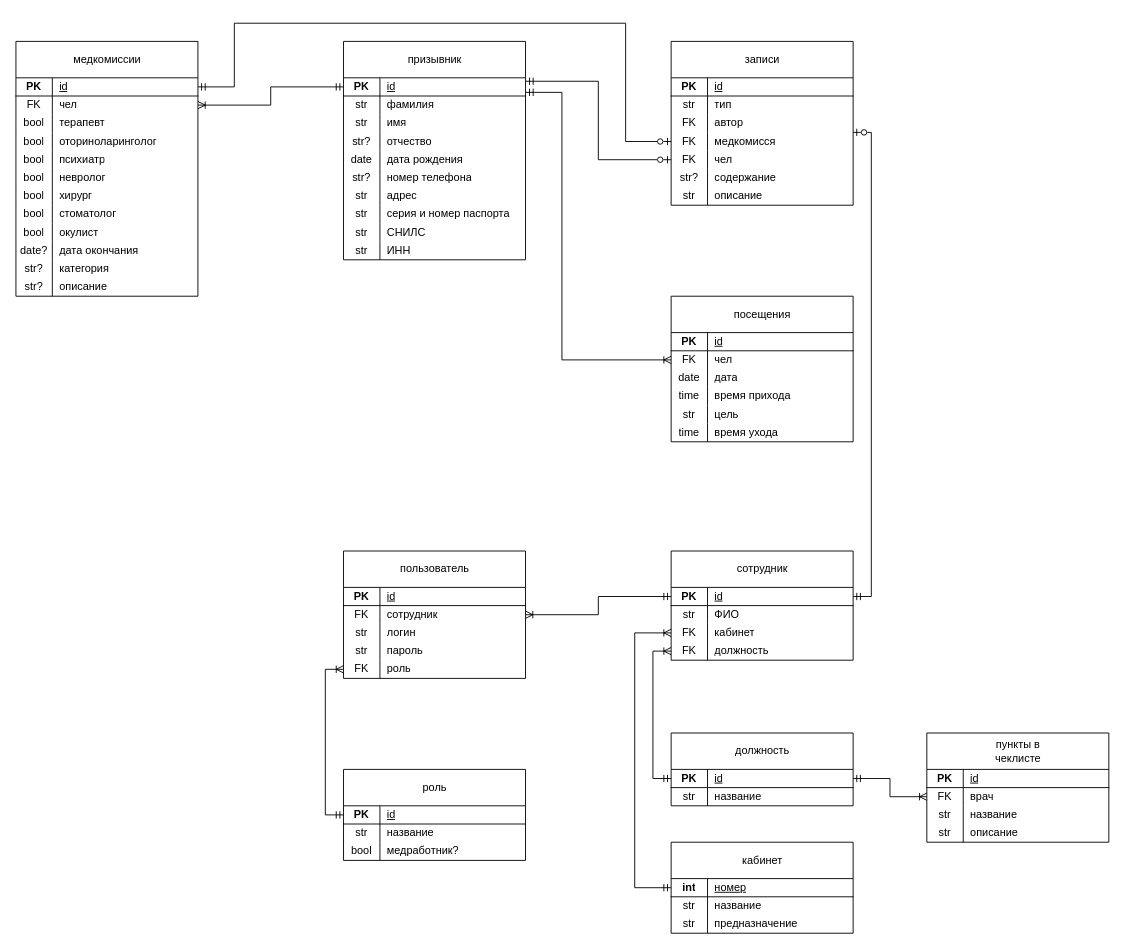
Earlier version of the draw.io diagram теоретическая часть/схемы/er физическая.drawio (ChesniChok/voenkomat). Source tidied: cells renumbered, new cells numbered last; positions are measured from the earlier drawing's top-left corner, leaving out a move shared by most shapes. Both pictures are drawn from the tidied source at 91%, with x=0, y=0 at pixel (15, 23).
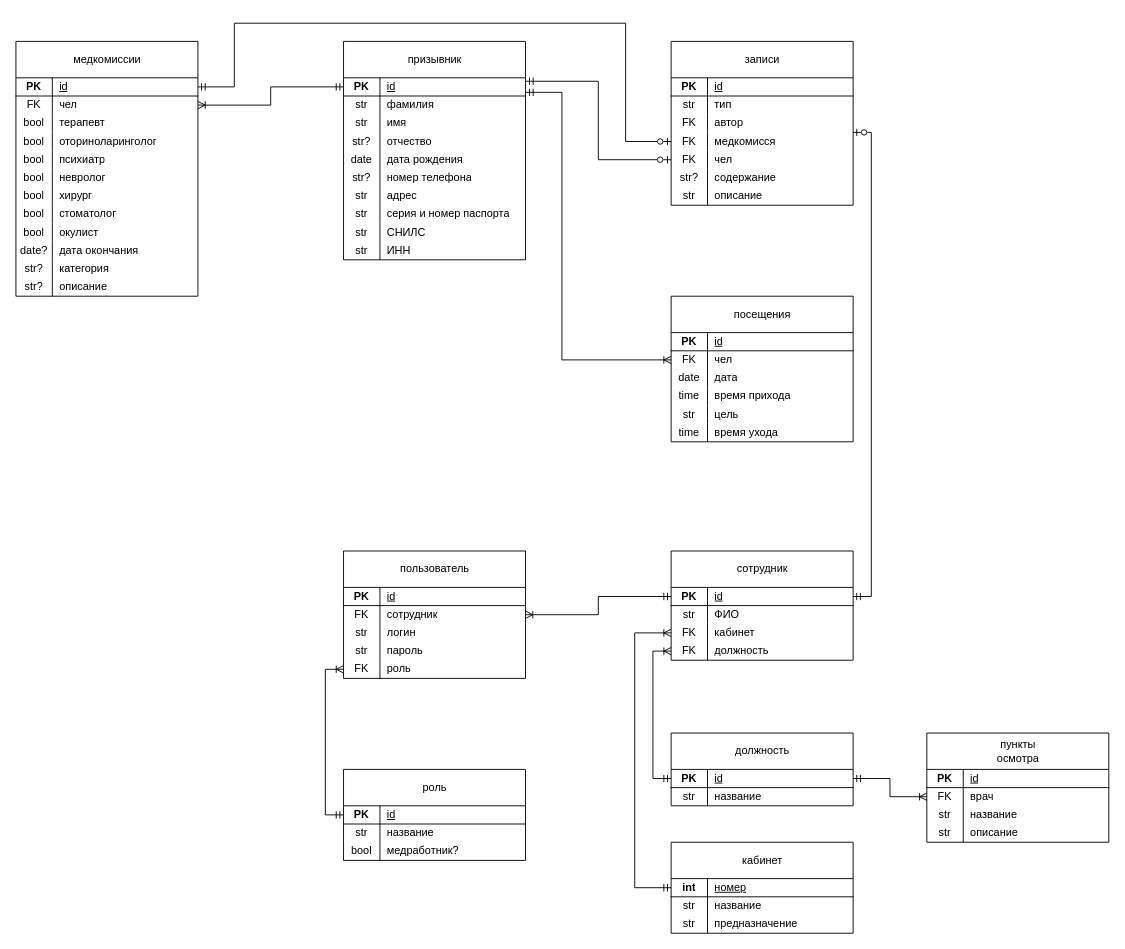
The same diagram, later.

Change to the diagram source:
```diff
@@
-    <mxCell id="176" value="&lt;span style=&quot;font-weight: 400; text-wrap-mode: wrap;&quot;&gt;пункты в чеклисте&lt;/span&gt;" style="shape=table;startSize=40;childLayout=tableLayout;rowLines=0;fontStyle=1;align=center;html=1;" parent="1" vertex="1">
+    <mxCell id="176" value="&lt;span style=&quot;font-weight: 400; text-wrap-mode: wrap;&quot;&gt;пункты осмотра&lt;/span&gt;" style="shape=table;startSize=40;childLayout=tableLayout;rowLines=0;fontStyle=1;align=center;html=1;" parent="1" vertex="1">
       <mxGeometry x="1001" y="780" width="200" height="120" as="geometry" />
     </mxCell>
```
